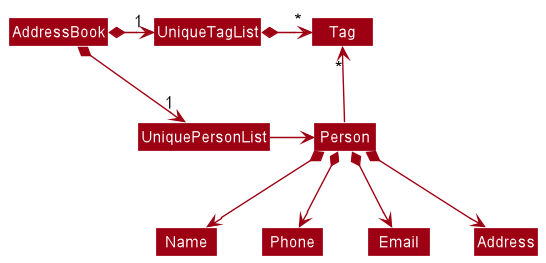
The PlantUML diagram docs/images/BetterModelClassDiagram.png in nus-cs2103-AY2122S1/tp, before a commit.
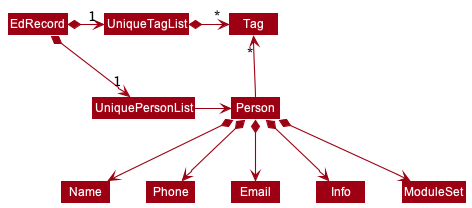
The same diagram one commit later.

What changed in the source:
```diff
@@ -4,8 +4,8 @@
 skinparam arrowColor MODEL_COLOR
 skinparam classBackgroundColor MODEL_COLOR
 
-AddressBook *-right-> "1" UniquePersonList
-AddressBook *-right-> "1" UniqueTagList
+EdRecord *-right-> "1" UniquePersonList
+EdRecord *-right-> "1" UniqueTagList
 UniqueTagList -[hidden]down- UniquePersonList
 UniqueTagList -[hidden]down- UniquePersonList
 
@@ -17,5 +17,6 @@
 Person *--> Name
 Person *--> Phone
 Person *--> Email
-Person *--> Address
+Person *--> Info
+Person *--> ModuleSet
 @enduml
```
